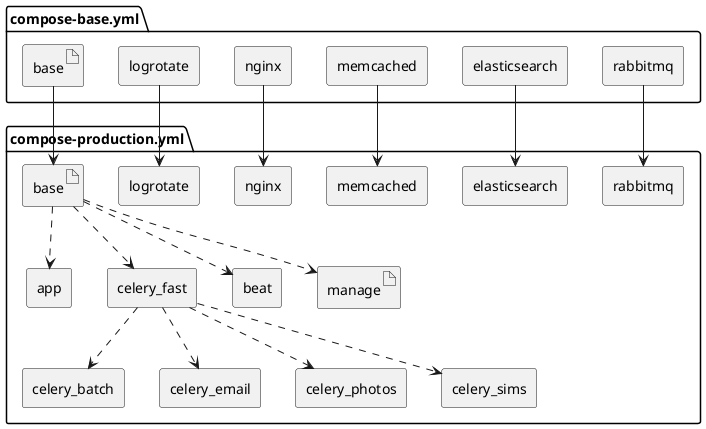
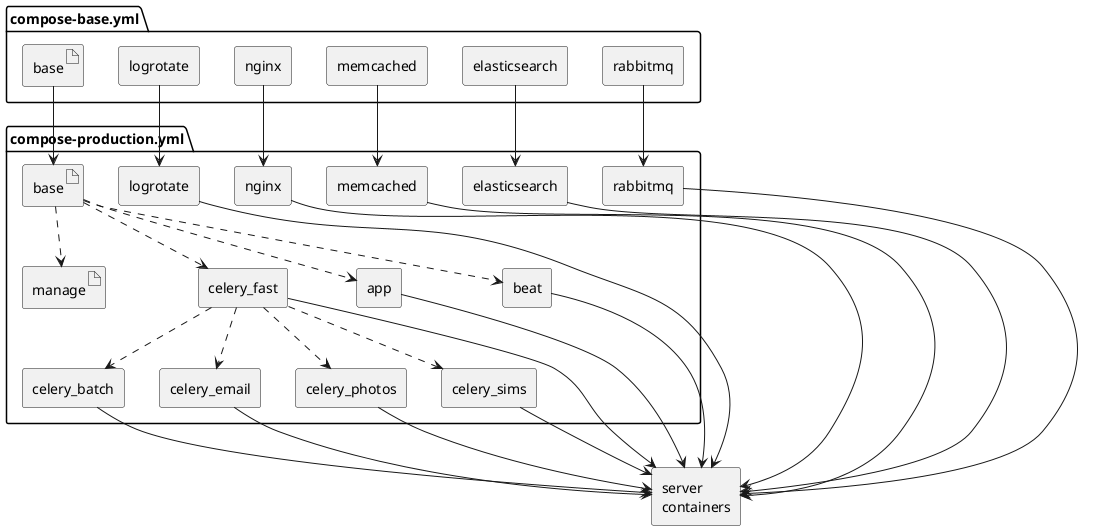
@startuml

package "compose-base.yml" {
    agent rabbitmq as rabbitmq_b
    agent elasticsearch as elasticsearch_b
    agent memcached as memcached_b
    agent nginx as nginx_b
    agent logrotate as logrotate_b

    artifact base as base_b
}

package "compose-production.yml" {
    agent rabbitmq
    agent elasticsearch
    agent memcached
    agent nginx
    agent logrotate
    artifact base
    agent app
    agent rabbitmq
    agent celery_fast
    agent celery_batch
    agent celery_email
    agent celery_photos
    agent celery_sims
    agent beat
    artifact manage

    base ..> app
    base ..> celery_fast
    base ..> beat
    base ..> manage
    celery_fast ..> celery_batch
    celery_fast ..> celery_email
    celery_fast ..> celery_photos
    celery_fast ..> celery_sims
}

rabbitmq_b --> rabbitmq
elasticsearch_b --> elasticsearch
memcached_b --> memcached
nginx_b --> nginx
logrotate_b --> logrotate
base_b --> base

+ agent "server\ncontainers" as server
+ 
+ app --> server
+ celery_batch --> server
+ celery_fast --> server
+ celery_email --> server
+ celery_photos --> server
+ celery_sims --> server
+ beat --> server
+ nginx ---> server
+ logrotate ---> server
+ rabbitmq ---> server
+ elasticsearch ---> server
+ memcached ---> server
+ 
+ 
@enduml
